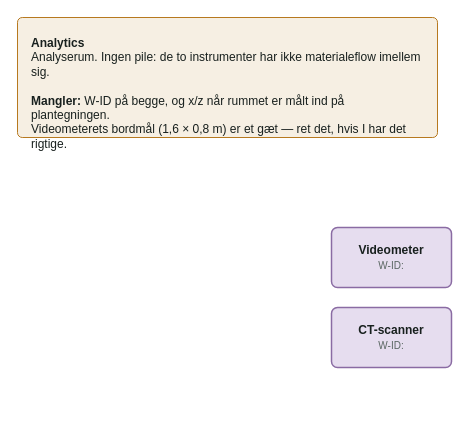
Before: data/drawio/analytics.drawio in MikkelStaehrs/ubshybrid, a draw.io diagram. Source tidied: cells renumbered, new cells numbered last; positions are measured from the earlier drawing's top-left corner, leaving out a move shared by most shapes. Both pictures are drawn from the tidied source at 100%, with x=0, y=0 at pixel (17, 17).
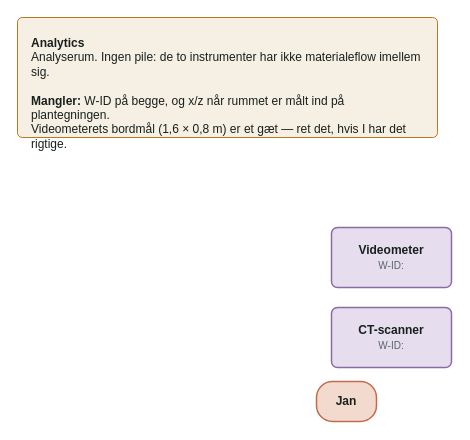
After the change.

Commit message (it also covers changes not shown here):
Jan står i hjørnet af Analytics

The edit, as a diff of the source:
```diff
@@
 <mxGraphModel>
   <root>
     <mxCell id="0" />
     <mxCell id="1" parent="0" />
     <mxCell id="2" value="&lt;b&gt;Analytics&lt;/b&gt;&lt;br&gt;Analyserum. Ingen pile: de to instrumenter har ikke materialeflow imellem sig.&lt;br&gt;&lt;br&gt;&lt;b&gt;Mangler:&lt;/b&gt; W-ID på begge, og x/z når rummet er målt ind på plantegningen.&lt;br&gt;Videometerets bordmål (1,6 × 0,8 m) er et gæt — ret det, hvis I har det rigtige." style="text;html=1;whiteSpace=wrap;align=left;verticalAlign=top;fontFamily=Helvetica;fontColor=#18201E;fillColor=#F6EFE3;strokeColor=#B7791F;rounded=1;arcSize=4;spacing=14;" parent="1" vertex="1">
       <mxGeometry width="420" height="120" as="geometry" />
     </mxCell>
     <object id="3" label="&lt;b&gt;%navn%&lt;/b&gt;&lt;br&gt;&lt;font style=&quot;font-size: 10px;&quot; color=&quot;#5B6763&quot;&gt;W-ID: %wid%&lt;/font&gt;" navn="Videometer" placeholders="1" wid="">
       <mxCell style="whiteSpace=wrap;html=1;strokeWidth=1.5;fontFamily=Helvetica;fontSize=12;fontColor=#18201E;rounded=1;arcSize=10;fillColor=#E6DDEF;strokeColor=#8A6BA3;" parent="1" vertex="1">
         <mxGeometry x="314" y="210" width="120" height="60" as="geometry" />
       </mxCell>
     </object>
     <object id="4" label="&lt;b&gt;%navn%&lt;/b&gt;&lt;br&gt;&lt;font style=&quot;font-size: 10px;&quot; color=&quot;#5B6763&quot;&gt;W-ID: %wid%&lt;/font&gt;" navn="CT-scanner" placeholders="1" wid="">
       <mxCell style="whiteSpace=wrap;html=1;strokeWidth=1.5;fontFamily=Helvetica;fontSize=12;fontColor=#18201E;rounded=1;arcSize=10;fillColor=#E6DDEF;strokeColor=#8A6BA3;" parent="1" vertex="1">
         <mxGeometry x="314" y="290" width="120" height="60" as="geometry" />
       </mxCell>
     </object>
+    <object id="5" label="&lt;b&gt;%navn%&lt;/b&gt;" navn="Jan" placeholders="1">
+      <mxCell style="whiteSpace=wrap;html=1;strokeWidth=1.5;fontFamily=Helvetica;fontSize=12;fontColor=#18201E;rounded=1;arcSize=40;fillColor=#F3DACF;strokeColor=#C26B4D;" parent="1" vertex="1">
+        <mxGeometry x="299" y="364" width="60" height="40" as="geometry" />
+      </mxCell>
+    </object>
   </root>
 </mxGraphModel>
```
